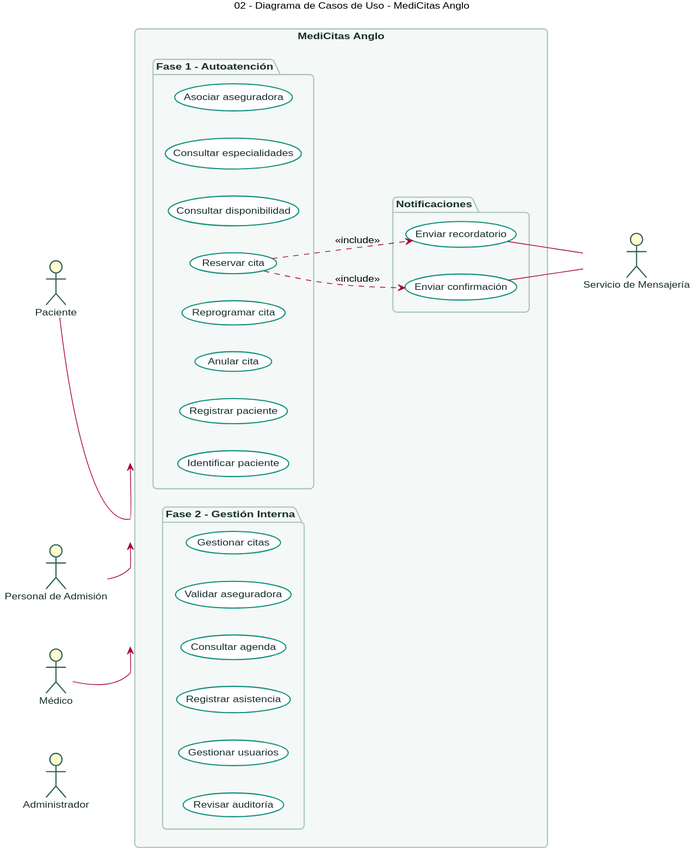
Above: docs/diagrams/use-cases/img/use-case-diagram.svg in Jimena-CC/ProyectoCitasMedicas (PlantUML), before the change.
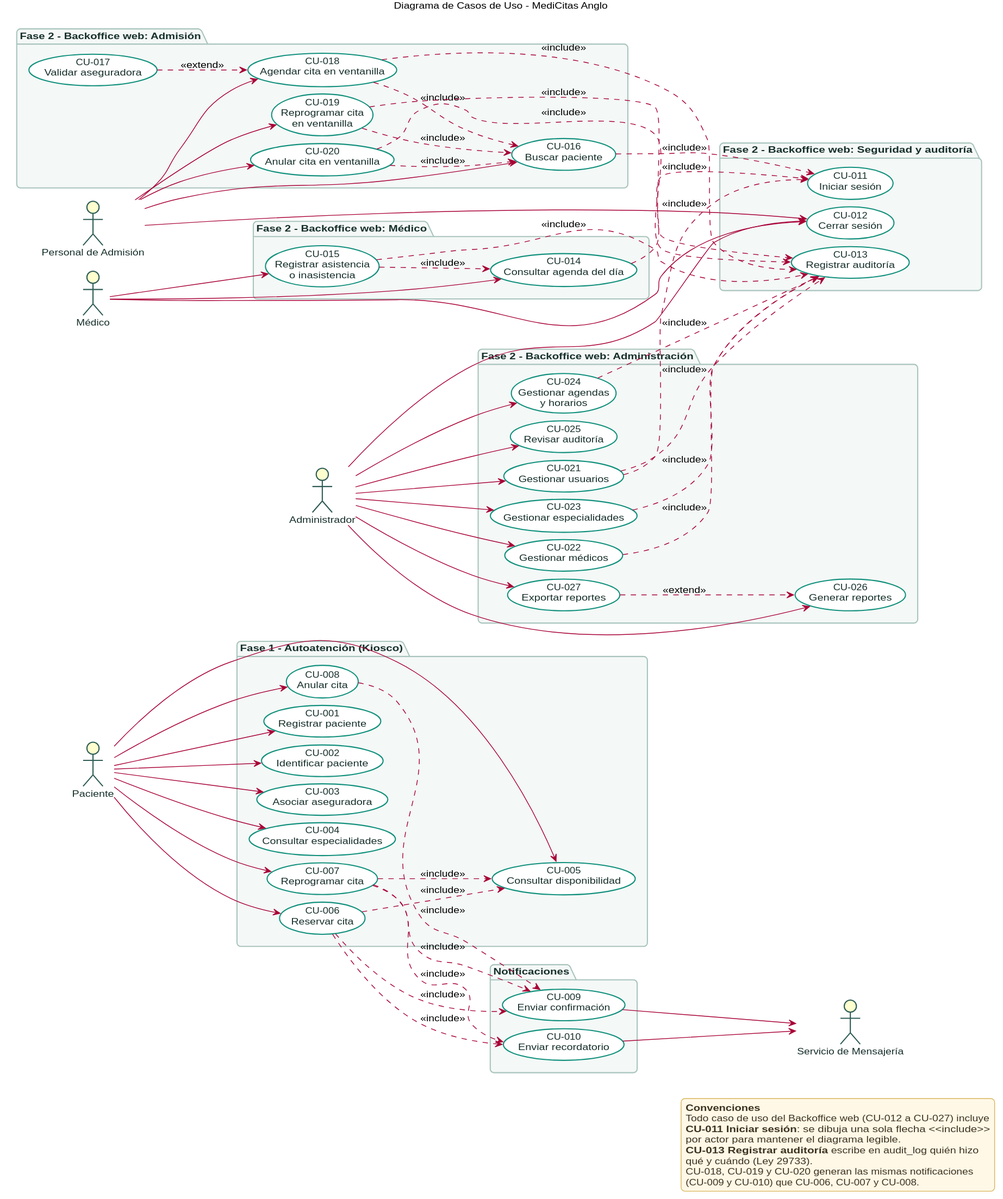
After the change.

The edit, as a diff of the source:
```diff
@@ -1,5 +1,5 @@
 @startuml
-title 02 - Diagrama de Casos de Uso - MediCitas Anglo
+title Diagrama de Casos de Uso - MediCitas Anglo
 
 left to right direction
 
@@ -7,6 +7,9 @@
 skinparam roundCorner 10
 skinparam defaultFontName "Helvetica"
 skinparam defaultFontSize 12
+skinparam nodesep 10
+skinparam ranksep 60
+skinparam packageStyle rectangle
 
 skinparam actor {
   BorderColor #2F5D56
@@ -26,39 +29,62 @@
   BorderStyle dashed
 }
 
-rectangle "MediCitas Anglo" {
-
-  package "Fase 1 - Autoatención" {
-    usecase "Registrar paciente" as UC01
-    usecase "Identificar paciente" as UC02
-    usecase "Asociar aseguradora" as UC03
-    usecase "Consultar especialidades" as UC04
-    usecase "Consultar disponibilidad" as UC05
-    usecase "Reservar cita" as UC06
-    usecase "Reprogramar cita" as UC07
-    usecase "Anular cita" as UC08
-  }
-
-  package "Fase 2 - Gestión Interna" {
-    usecase "Gestionar citas" as UC11
-    usecase "Validar aseguradora" as UC12
-    usecase "Consultar agenda" as UC13
-    usecase "Registrar asistencia" as UC14
-    usecase "Gestionar usuarios" as UC15
-    usecase "Revisar auditoría" as UC16
-  }
-
-  package "Notificaciones" {
-    usecase "Enviar confirmación" as UC09
-    usecase "Enviar recordatorio" as UC10
-  }
+skinparam legend {
+  BackgroundColor #FFF8E6
+  BorderColor #D9B45A
+  FontColor #3D3321
 }
 
-actor Paciente
+actor Paciente as Paciente
 actor "Personal de Admisión" as Admision
-actor Médico
-actor Administrador
+actor Médico as Medico
+actor Administrador as Admin
 actor "Servicio de Mensajería" as Mensajeria
+
+package "Fase 1 - Autoatención (Kiosco)" {
+  usecase "CU-001\nRegistrar paciente" as UC01
+  usecase "CU-002\nIdentificar paciente" as UC02
+  usecase "CU-003\nAsociar aseguradora" as UC03
+  usecase "CU-004\nConsultar especialidades" as UC04
+  usecase "CU-005\nConsultar disponibilidad" as UC05
+  usecase "CU-006\nReservar cita" as UC06
+  usecase "CU-007\nReprogramar cita" as UC07
+  usecase "CU-008\nAnular cita" as UC08
+}
+
+package "Notificaciones" {
+  usecase "CU-009\nEnviar confirmación" as UC09
+  usecase "CU-010\nEnviar recordatorio" as UC10
+}
+
+package "Fase 2 - Backoffice web: Admisión" {
+  usecase "CU-016\nBuscar paciente" as UC16
+  usecase "CU-017\nValidar aseguradora" as UC17
+  usecase "CU-018\nAgendar cita en ventanilla" as UC18
+  usecase "CU-019\nReprogramar cita\nen ventanilla" as UC19
+  usecase "CU-020\nAnular cita en ventanilla" as UC20
+}
+
+package "Fase 2 - Backoffice web: Seguridad y auditoría" {
+  usecase "CU-011\nIniciar sesión" as UC11
+  usecase "CU-012\nCerrar sesión" as UC12
+  usecase "CU-013\nRegistrar auditoría" as UC13
+}
+
+package "Fase 2 - Backoffice web: Médico" {
+  usecase "CU-014\nConsultar agenda del día" as UC14
+  usecase "CU-015\nRegistrar asistencia\no inasistencia" as UC15
+}
+
+package "Fase 2 - Backoffice web: Administración" {
+  usecase "CU-021\nGestionar usuarios" as UC21
+  usecase "CU-022\nGestionar médicos" as UC22
+  usecase "CU-023\nGestionar especialidades" as UC23
+  usecase "CU-024\nGestionar agendas\ny horarios" as UC24
+  usecase "CU-025\nRevisar auditoría" as UC25
+  usecase "CU-026\nGenerar reportes" as UC26
+  usecase "CU-027\nExportar reportes" as UC27
+}
 
 Paciente --> UC01
 Paciente --> UC02
@@ -69,19 +95,65 @@
 Paciente --> UC07
 Paciente --> UC08
 
+UC06 ..> UC05 : <<include>>
+UC07 ..> UC05 : <<include>>
 UC06 ..> UC09 : <<include>>
 UC06 ..> UC10 : <<include>>
+UC07 ..> UC09 : <<include>>
+UC07 ..> UC10 : <<include>>
+UC08 ..> UC09 : <<include>>
 
-Admision --> UC11
+UC09 --> Mensajeria
+UC10 --> Mensajeria
+
+Admision --> UC16
+Admision --> UC18
+Admision --> UC19
+Admision --> UC20
 Admision --> UC12
 
-Médico --> UC13
-Médico --> UC14
+UC16 ..> UC11 : <<include>>
+UC18 ..> UC16 : <<include>>
+UC19 ..> UC16 : <<include>>
+UC20 ..> UC16 : <<include>>
+UC17 ..> UC18 : <<extend>>
+UC18 ..> UC13 : <<include>>
+UC19 ..> UC13 : <<include>>
+UC20 ..> UC13 : <<include>>
 
-Administrador --> UC15
-Administrador --> UC16
+Medico --> UC14
+Medico --> UC15
+Medico --> UC12
 
-UC09 -- Mensajeria
-UC10 -- Mensajeria
+UC14 ..> UC11 : <<include>>
+UC15 ..> UC14 : <<include>>
+UC15 ..> UC13 : <<include>>
+
+Admin --> UC21
+Admin --> UC22
+Admin --> UC23
+Admin --> UC24
+Admin --> UC25
+Admin --> UC26
+Admin --> UC27
+Admin --> UC12
+
+UC21 ..> UC11 : <<include>>
+UC21 ..> UC13 : <<include>>
+UC22 ..> UC13 : <<include>>
+UC23 ..> UC13 : <<include>>
+UC24 ..> UC13 : <<include>>
+UC27 ..> UC26 : <<extend>>
+
+legend right
+  <b>Convenciones</b>
+  Todo caso de uso del Backoffice web (CU-012 a CU-027) incluye
+  <b>CU-011 Iniciar sesión</b>: se dibuja una sola flecha <<include>>
+  por actor para mantener el diagrama legible.
+  <b>CU-013 Registrar auditoría</b> escribe en audit_log quién hizo
+  qué y cuándo (Ley 29733).
+  CU-018, CU-019 y CU-020 generan las mismas notificaciones
+  (CU-009 y CU-010) que CU-006, CU-007 y CU-008.
+endlegend
 
 @enduml
```
